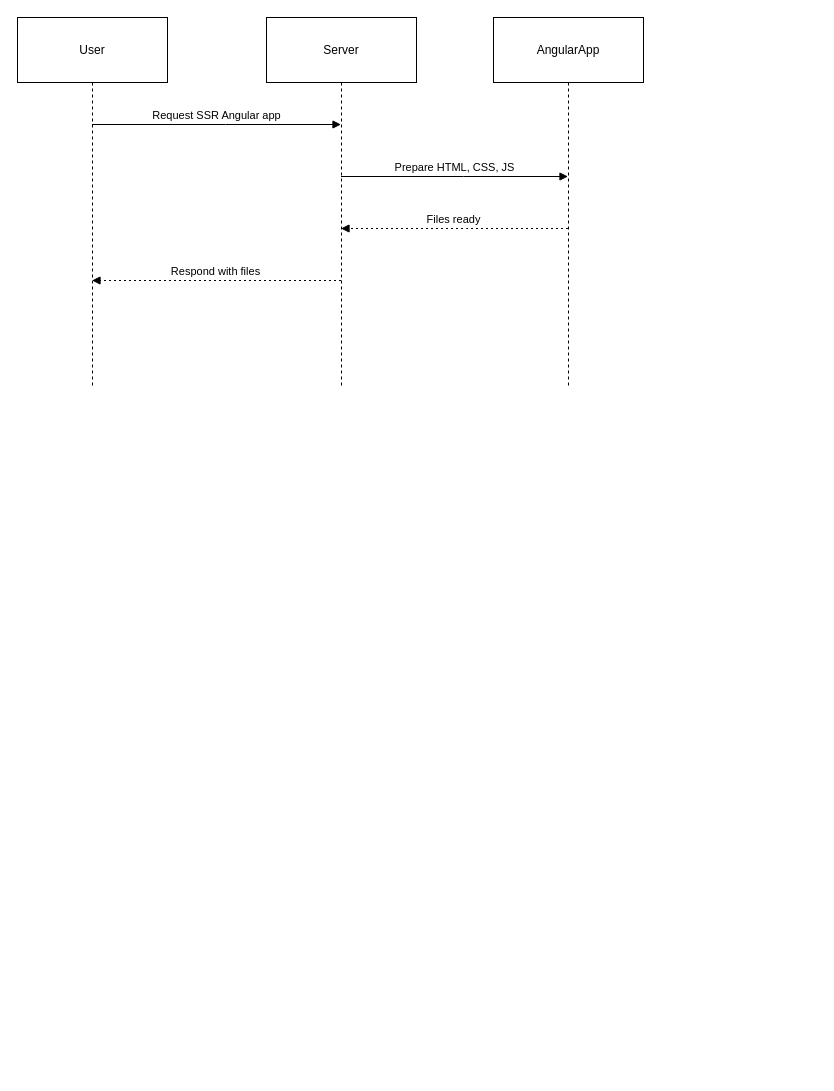
Above: Untitled Diagram.drawio in ahmed-hefny/test (draw.io), before the change. Source tidied: cells renumbered, new cells numbered last; positions are measured from the earlier drawing's top-left corner, leaving out a move shared by most shapes. Both pictures are drawn from the tidied source at 100%, with x=0, y=0 at pixel (17, 17). Pictures stored in the file or linked from it are replaced by grey dashed boxes.
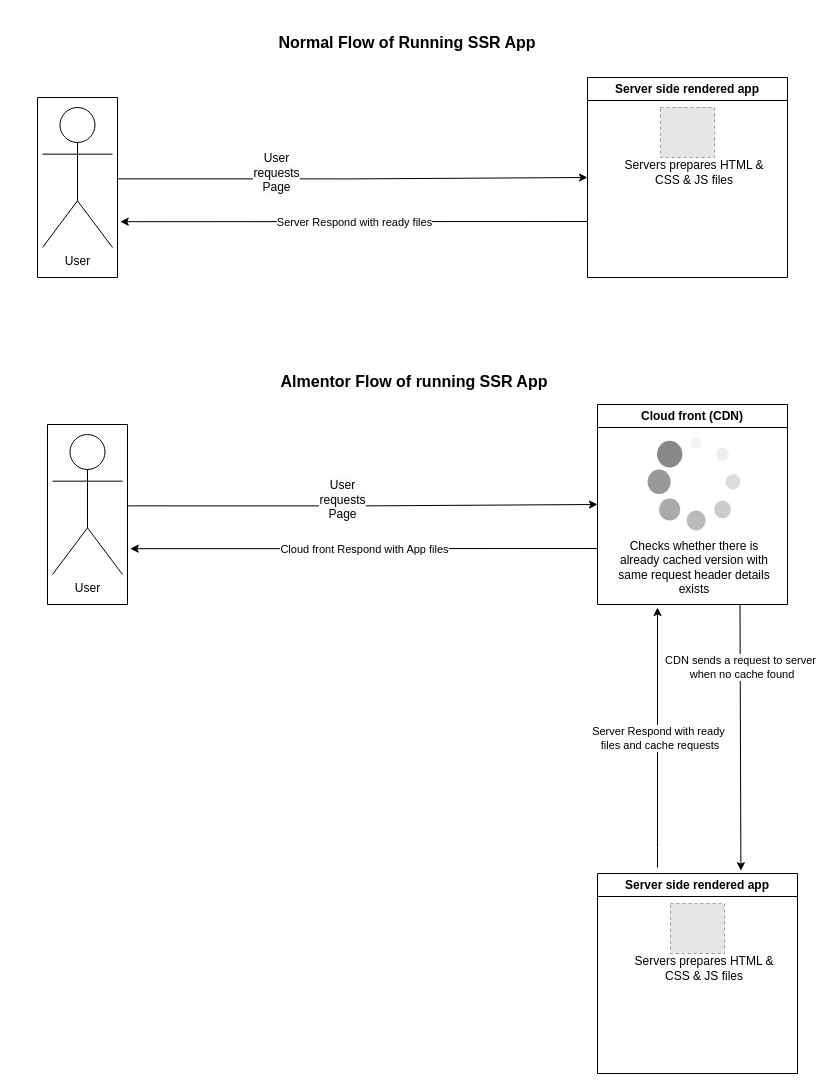
Above is the later version.

Commit message:
SSR Diagram

The edit, as a diff of the source:
```diff
@@
-    <mxCell id="2" value="User" style="shape=umlLifeline;perimeter=lifelinePerimeter;whiteSpace=wrap;outlineConnect=0;portConstraint=eastwest;newEdgeStyle={&quot;edgeStyle&quot;:&quot;elbowEdgeStyle&quot;,&quot;elbow&quot;:&quot;vertical&quot;,&quot;curved&quot;:0,&quot;rounded&quot;:0};size=65;" parent="1" vertex="1">
-      <mxGeometry width="150" height="368" as="geometry" />
-    </mxCell>
-    <mxCell id="3" value="Server" style="shape=umlLifeline;perimeter=lifelinePerimeter;whiteSpace=wrap;outlineConnect=0;portConstraint=eastwest;newEdgeStyle={&quot;edgeStyle&quot;:&quot;elbowEdgeStyle&quot;,&quot;elbow&quot;:&quot;vertical&quot;,&quot;curved&quot;:0,&quot;rounded&quot;:0};size=65;" parent="1" vertex="1">
-      <mxGeometry x="249" width="150" height="368" as="geometry" />
-    </mxCell>
-    <mxCell id="4" value="AngularApp" style="shape=umlLifeline;perimeter=lifelinePerimeter;whiteSpace=wrap;outlineConnect=0;portConstraint=eastwest;newEdgeStyle={&quot;edgeStyle&quot;:&quot;elbowEdgeStyle&quot;,&quot;elbow&quot;:&quot;vertical&quot;,&quot;curved&quot;:0,&quot;rounded&quot;:0};size=65;" parent="1" vertex="1">
-      <mxGeometry x="476" width="150" height="368" as="geometry" />
-    </mxCell>
-    <mxCell id="5" value="Request SSR Angular app" style="verticalAlign=bottom;edgeStyle=elbowEdgeStyle;elbow=vertical;curved=0;rounded=0;endArrow=block;" parent="1" edge="1" source="2" target="3">
-      <mxGeometry relative="1" as="geometry">
-        <Array as="points">
-          <mxPoint x="208" y="107" />
-        </Array>
-      </mxGeometry>
-    </mxCell>
-    <mxCell id="6" value="Prepare HTML, CSS, JS" style="verticalAlign=bottom;edgeStyle=elbowEdgeStyle;elbow=vertical;curved=0;rounded=0;endArrow=block;" parent="1" edge="1" source="3" target="4">
-      <mxGeometry relative="1" as="geometry">
-        <Array as="points">
-          <mxPoint x="446" y="159" />
-        </Array>
-      </mxGeometry>
-    </mxCell>
-    <mxCell id="7" value="Files ready" style="verticalAlign=bottom;edgeStyle=elbowEdgeStyle;elbow=vertical;curved=0;rounded=0;dashed=1;dashPattern=2 3;endArrow=block;" parent="1" edge="1" source="4" target="3">
-      <mxGeometry relative="1" as="geometry">
-        <Array as="points">
-          <mxPoint x="449" y="211" />
-        </Array>
-      </mxGeometry>
-    </mxCell>
-    <mxCell id="8" value="Respond with files" style="verticalAlign=bottom;edgeStyle=elbowEdgeStyle;elbow=vertical;curved=0;rounded=0;dashed=1;dashPattern=2 3;endArrow=block;" parent="1" edge="1" source="3" target="2">
-      <mxGeometry relative="1" as="geometry">
-        <Array as="points">
-          <mxPoint x="211" y="263" />
-        </Array>
-      </mxGeometry>
-    </mxCell>
+    <mxCell id="9" style="edgeStyle=orthogonalEdgeStyle;rounded=0;jettySize=auto;html=1;exitX=1.008;exitY=0.452;exitDx=0;exitDy=0;exitPerimeter=0;" parent="1" edge="1" source="17">
+      <mxGeometry relative="1" as="geometry">
+        <mxPoint x="570" y="160" as="targetPoint" />
+      </mxGeometry>
+    </mxCell>
+    <mxCell id="10" value="&lt;div&gt;&lt;span style=&quot;background-color: rgb(251, 251, 251); font-size: 12px; text-wrap-mode: wrap;&quot;&gt;User requests Page&lt;/span&gt;&lt;/div&gt;&lt;div&gt;&lt;br&gt;&lt;/div&gt;" style="edgeLabel;html=1;align=center;verticalAlign=middle;" parent="9" vertex="1">
+      <mxGeometry x="-0.28" y="2" relative="1" as="geometry">
+        <mxPoint x="-11" y="2" as="offset" />
+      </mxGeometry>
+    </mxCell>
+    <mxCell id="11" value="User&lt;div&gt;&lt;br&gt;&lt;/div&gt;" style="shape=umlActor;verticalLabelPosition=bottom;verticalAlign=top;html=1;" parent="1" vertex="1">
+      <mxGeometry x="25" y="90" width="70" height="140" as="geometry" />
+    </mxCell>
+    <mxCell id="12" value="Server side rendered app" style="swimlane;whiteSpace=wrap;html=1;" parent="1" vertex="1">
+      <mxGeometry x="570" y="60" width="200" height="200" as="geometry" />
+    </mxCell>
+    <mxCell id="13" style="fillColor=#E6E6E6;strokeColor=#999999;dashed=1;verticalLabelPosition=bottom;labelBackgroundColor=default;verticalAlign=top;" parent="12" vertex="1">
+      <mxGeometry x="73" y="30" width="54.1" height="50" as="geometry" />
+    </mxCell>
+    <mxCell id="14" value="Servers prepares HTML &amp;amp; CSS &amp;amp; JS files" style="text;html=1;align=center;verticalAlign=middle;whiteSpace=wrap;rounded=0;" parent="12" vertex="1">
+      <mxGeometry x="24.1" y="80" width="165.9" height="30" as="geometry" />
+    </mxCell>
+    <mxCell id="15" style="endArrow=classic;html=1;rounded=0;entryX=1.034;entryY=0.69;entryDx=0;entryDy=0;entryPerimeter=0;" parent="12" edge="1" target="17">
+      <mxGeometry relative="1" as="geometry">
+        <mxPoint y="144" as="sourcePoint" />
+      </mxGeometry>
+    </mxCell>
+    <mxCell id="16" value="Server Respond with ready files" style="edgeLabel;html=1;align=center;verticalAlign=middle;" parent="15" vertex="1">
+      <mxGeometry relative="1" as="geometry" />
+    </mxCell>
+    <mxCell id="17" style="swimlane;startSize=0;" parent="1" vertex="1">
+      <mxGeometry x="20" y="80" width="80" height="180" as="geometry" />
+    </mxCell>
+    <mxCell id="18" value="Normal Flow of Running SSR App" style="text;html=1;align=center;verticalAlign=middle;whiteSpace=wrap;rounded=0;fontStyle=1;fontSize=16;" parent="1" vertex="1">
+      <mxGeometry x="95" y="10" width="590" height="30" as="geometry" />
+    </mxCell>
+    <mxCell id="19" style="edgeStyle=orthogonalEdgeStyle;rounded=0;jettySize=auto;html=1;exitX=1.008;exitY=0.452;exitDx=0;exitDy=0;exitPerimeter=0;" parent="1" edge="1" source="27">
+      <mxGeometry relative="1" as="geometry">
+        <mxPoint x="580" y="487" as="targetPoint" />
+      </mxGeometry>
+    </mxCell>
+    <mxCell id="20" value="&lt;div&gt;&lt;span style=&quot;background-color: rgb(251, 251, 251); font-size: 12px; text-wrap-mode: wrap;&quot;&gt;User requests Page&lt;/span&gt;&lt;/div&gt;&lt;div&gt;&lt;br&gt;&lt;/div&gt;" style="edgeLabel;html=1;align=center;verticalAlign=middle;" parent="19" vertex="1">
+      <mxGeometry x="-0.28" y="2" relative="1" as="geometry">
+        <mxPoint x="45" y="2" as="offset" />
+      </mxGeometry>
+    </mxCell>
+    <mxCell id="21" value="User&lt;div&gt;&lt;br&gt;&lt;/div&gt;" style="shape=umlActor;verticalLabelPosition=bottom;verticalAlign=top;html=1;" parent="1" vertex="1">
+      <mxGeometry x="35" y="417" width="70" height="140" as="geometry" />
+    </mxCell>
+    <mxCell id="22" value="Cloud front (CDN)" style="swimlane;whiteSpace=wrap;html=1;" parent="1" vertex="1">
+      <mxGeometry x="580" y="387" width="190" height="200" as="geometry" />
+    </mxCell>
+    <mxCell id="23" style="endArrow=classic;html=1;rounded=0;entryX=1.034;entryY=0.69;entryDx=0;entryDy=0;entryPerimeter=0;" parent="22" edge="1" target="27">
+      <mxGeometry relative="1" as="geometry">
+        <mxPoint y="144" as="sourcePoint" />
+      </mxGeometry>
+    </mxCell>
+    <mxCell id="24" value="Cloud front Respond with App files" style="edgeLabel;html=1;align=center;verticalAlign=middle;" parent="23" vertex="1">
+      <mxGeometry relative="1" as="geometry" />
+    </mxCell>
+    <mxCell id="25" style="verticalLabelPosition=bottom;shadow=0;dashed=0;align=center;html=1;verticalAlign=top;strokeWidth=1;shape=mxgraph.mockup.misc.loading_circle_1;" parent="22" vertex="1">
+      <mxGeometry x="50" y="33" width="93" height="93" as="geometry" />
+    </mxCell>
+    <mxCell id="26" value="Checks whether there is already cached version with same request header details exists" style="text;html=1;align=center;verticalAlign=middle;whiteSpace=wrap;rounded=0;" parent="22" vertex="1">
+      <mxGeometry x="11.5" y="148" width="170" height="30" as="geometry" />
+    </mxCell>
+    <mxCell id="27" style="swimlane;startSize=0;" parent="1" vertex="1">
+      <mxGeometry x="30" y="407" width="80" height="180" as="geometry" />
+    </mxCell>
+    <mxCell id="28" value="Almentor Flow of running SSR App" style="text;html=1;align=center;verticalAlign=middle;whiteSpace=wrap;rounded=0;fontStyle=1;fontSize=16;" parent="1" vertex="1">
+      <mxGeometry x="102" y="349" width="590" height="30" as="geometry" />
+    </mxCell>
+    <mxCell id="29" value="Server side rendered app" style="swimlane;whiteSpace=wrap;html=1;" parent="1" vertex="1">
+      <mxGeometry x="580" y="856" width="200" height="200" as="geometry" />
+    </mxCell>
+    <mxCell id="30" style="fillColor=#E6E6E6;strokeColor=#999999;dashed=1;verticalLabelPosition=bottom;labelBackgroundColor=default;verticalAlign=top;" parent="29" vertex="1">
+      <mxGeometry x="73" y="30" width="54.1" height="50" as="geometry" />
+    </mxCell>
+    <mxCell id="31" value="Servers prepares HTML &amp;amp; CSS &amp;amp; JS files" style="text;html=1;align=center;verticalAlign=middle;whiteSpace=wrap;rounded=0;" parent="29" vertex="1">
+      <mxGeometry x="24.1" y="80" width="165.9" height="30" as="geometry" />
+    </mxCell>
+    <mxCell id="32" style="endArrow=classic;html=1;rounded=0;" parent="1" edge="1">
+      <mxGeometry relative="1" as="geometry">
+        <mxPoint x="640" y="850" as="sourcePoint" />
+        <mxPoint x="640" y="590" as="targetPoint" />
+        <Array as="points">
+          <mxPoint x="640" y="830" />
+        </Array>
+      </mxGeometry>
+    </mxCell>
+    <mxCell id="33" value="Server Respond with ready&lt;div&gt;&amp;nbsp;files and cache requests&lt;/div&gt;" style="edgeLabel;html=1;align=center;verticalAlign=middle;" parent="32" vertex="1">
+      <mxGeometry relative="1" as="geometry" />
+    </mxCell>
+    <mxCell id="34" style="endArrow=classic;html=1;rounded=0;exitX=0.75;exitY=1;exitDx=0;exitDy=0;entryX=0.717;entryY=-0.014;entryDx=0;entryDy=0;entryPerimeter=0;" parent="1" edge="1" source="22" target="29">
+      <mxGeometry relative="1" as="geometry" />
+    </mxCell>
+    <mxCell id="35" value="CDN sends a request to server&lt;div&gt;&amp;nbsp;when no cache found&lt;/div&gt;" style="edgeLabel;html=1;align=center;verticalAlign=middle;" parent="34" vertex="1">
+      <mxGeometry relative="1" as="geometry">
+        <mxPoint y="-70" as="offset" />
+      </mxGeometry>
+    </mxCell>
```
